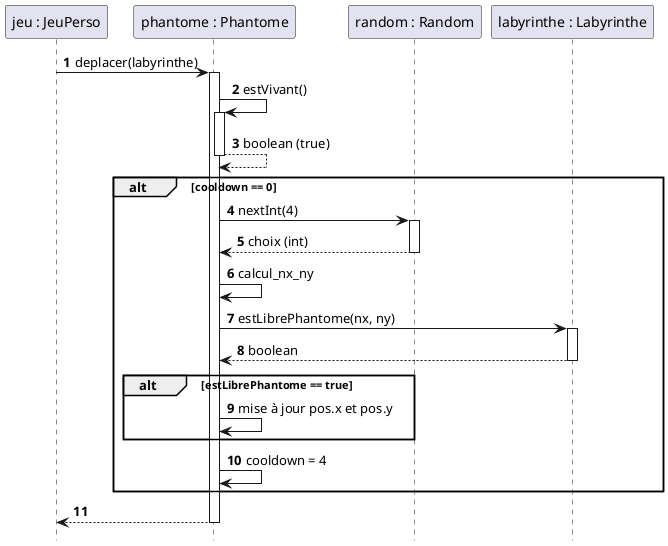
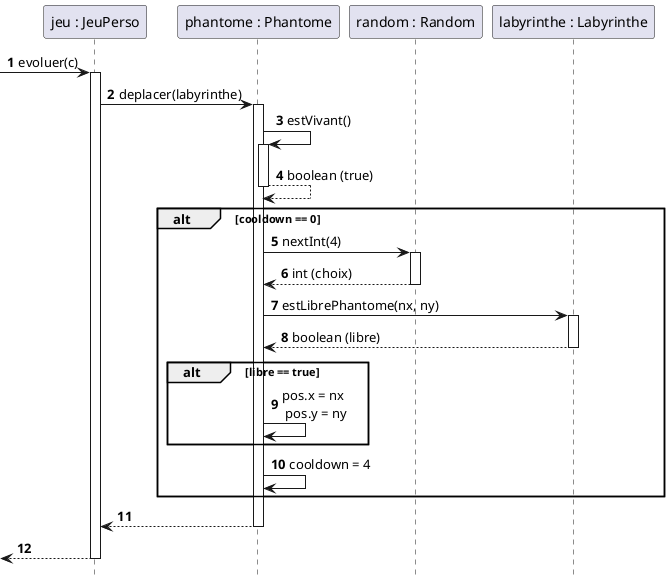
@startuml
autonumber
hide footbox

participant "jeu : JeuPerso" as jeu
participant "phantome : Phantome" as phantome
participant "random : Random" as random
participant "labyrinthe : Labyrinthe" as labyrinthe
+ 
+ -> jeu : evoluer(c)
+ activate jeu

jeu -> phantome : deplacer(labyrinthe)
activate phantome

phantome -> phantome : estVivant()
activate phantome
phantome --> phantome : boolean (true)
deactivate phantome

alt cooldown == 0
    phantome -> random : nextInt(4)
    activate random
-     random --> phantome : choix (int)
+     random --> phantome : int (choix)
    deactivate random
- 
-     phantome -> phantome : calcul_nx_ny

    phantome -> labyrinthe : estLibrePhantome(nx, ny)
    activate labyrinthe
-     labyrinthe --> phantome : boolean
+     labyrinthe --> phantome : boolean (libre)
    deactivate labyrinthe

-     alt estLibrePhantome == true
-         phantome -> phantome : mise à jour pos.x et pos.y
+     alt libre == true
+         phantome -> phantome : pos.x = nx \n pos.y = ny
    end

    phantome -> phantome : cooldown = 4
end

jeu <-- phantome
deactivate phantome
+ 
+ <-- jeu
+ deactivate jeu
@enduml